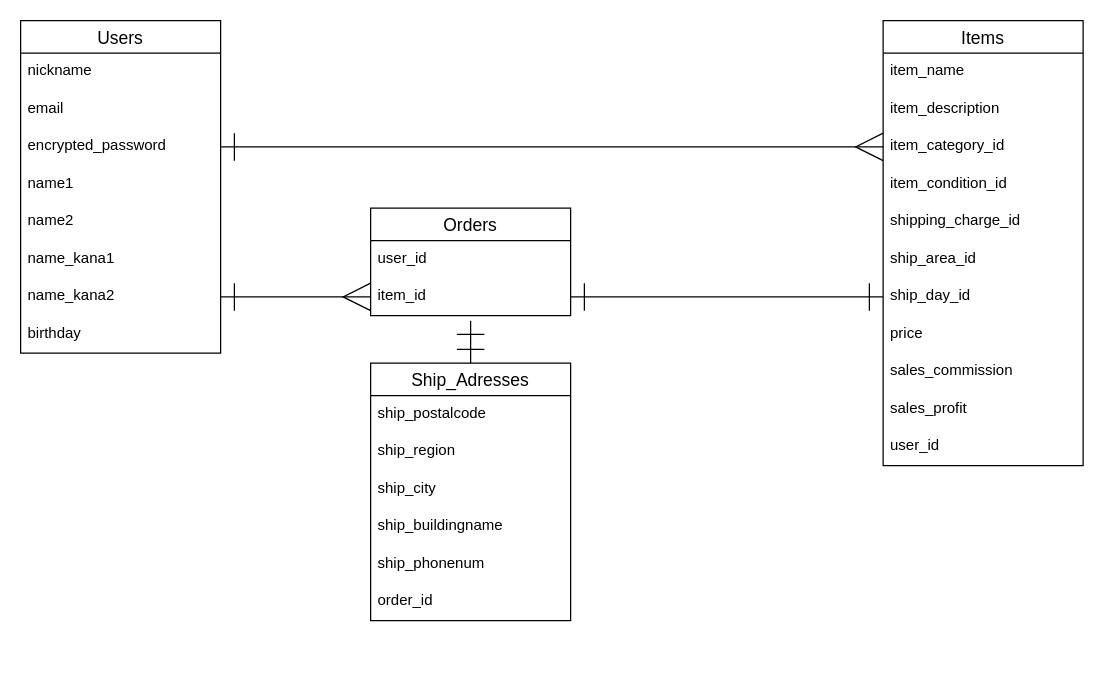
chie-python/furima-38879 keeps this draw.io diagram as er.dio. Above is the earlier version. Source tidied: cells renumbered, new cells numbered last; positions are measured from the earlier drawing's top-left corner, leaving out a move shared by most shapes. Both pictures are drawn from the tidied source at 125%, with x=0, y=0 at pixel (20, 20).
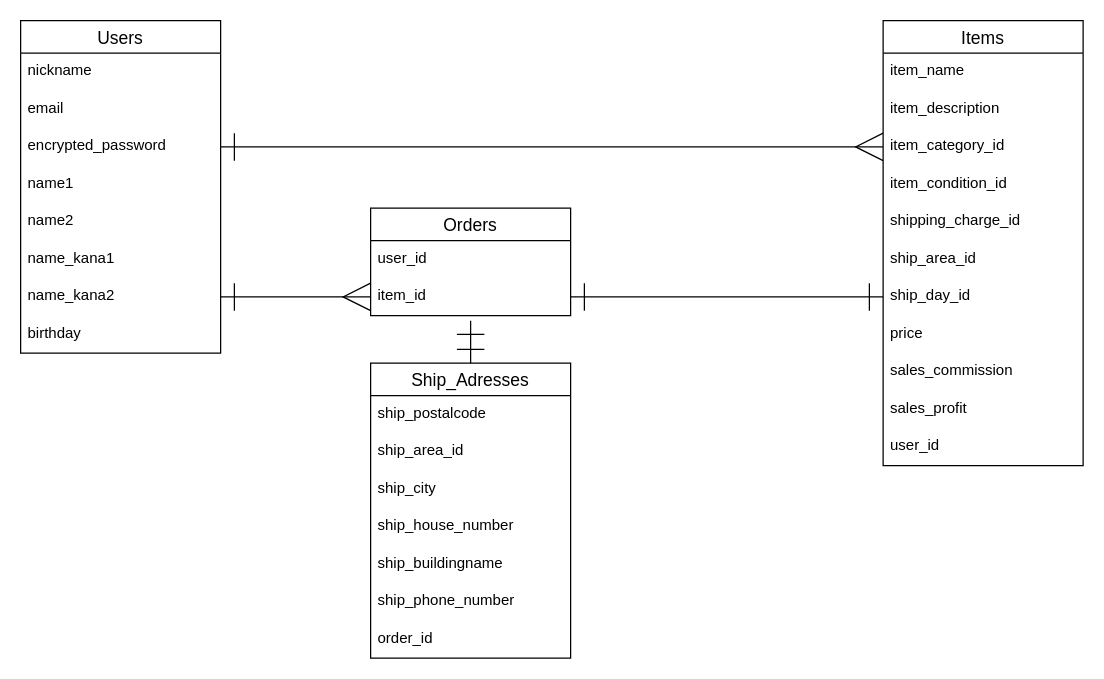
The same page after the edit.

Commit message (it also covers changes not shown here):
データベース設計修正＃2

The edit, as a diff of the source:
```diff
@@
     <mxCell id="26" value="Ship_Adresses" style="swimlane;fontStyle=0;horizontal=1;startSize=26;align=center;fontSize=14;" parent="1" vertex="1">
-      <mxGeometry x="280" y="274" width="160" height="206" as="geometry" />
+      <mxGeometry x="280" y="274" width="160" height="236" as="geometry" />
     </mxCell>
@@
-    <mxCell id="28" value="ship_region" style="text;strokeColor=none;fillColor=none;spacingLeft=4;spacingRight=4;overflow=hidden;fontSize=12;" parent="26" vertex="1">
+    <mxCell id="28" value="ship_area_id" style="text;strokeColor=none;fillColor=none;spacingLeft=4;spacingRight=4;overflow=hidden;fontSize=12;" parent="26" vertex="1">
       <mxGeometry y="56" width="160" height="30" as="geometry" />
     </mxCell>
@@
+    <mxCell id="37" value="ship_house_number" style="text;strokeColor=none;fillColor=none;spacingLeft=4;spacingRight=4;overflow=hidden;fontSize=12;" parent="26" vertex="1">
+      <mxGeometry y="116" width="160" height="30" as="geometry" />
+    </mxCell>
     <mxCell id="30" value="ship_buildingname" style="text;strokeColor=none;fillColor=none;spacingLeft=4;spacingRight=4;overflow=hidden;fontSize=12;" parent="26" vertex="1">
-      <mxGeometry y="116" width="160" height="30" as="geometry" />
+      <mxGeometry y="146" width="160" height="30" as="geometry" />
     </mxCell>
-    <mxCell id="31" value="ship_phonenum" style="text;strokeColor=none;fillColor=none;spacingLeft=4;spacingRight=4;overflow=hidden;fontSize=12;" parent="26" vertex="1">
-      <mxGeometry y="146" width="160" height="30" as="geometry" />
+    <mxCell id="31" value="ship_phone_number" style="text;strokeColor=none;fillColor=none;spacingLeft=4;spacingRight=4;overflow=hidden;fontSize=12;" parent="26" vertex="1">
+      <mxGeometry y="176" width="160" height="30" as="geometry" />
     </mxCell>
     <mxCell id="32" value="order_id" style="text;strokeColor=none;fillColor=none;spacingLeft=4;spacingRight=4;overflow=hidden;fontSize=12;" parent="26" vertex="1">
-      <mxGeometry y="176" width="160" height="30" as="geometry" />
+      <mxGeometry y="206" width="160" height="30" as="geometry" />
     </mxCell>
```
